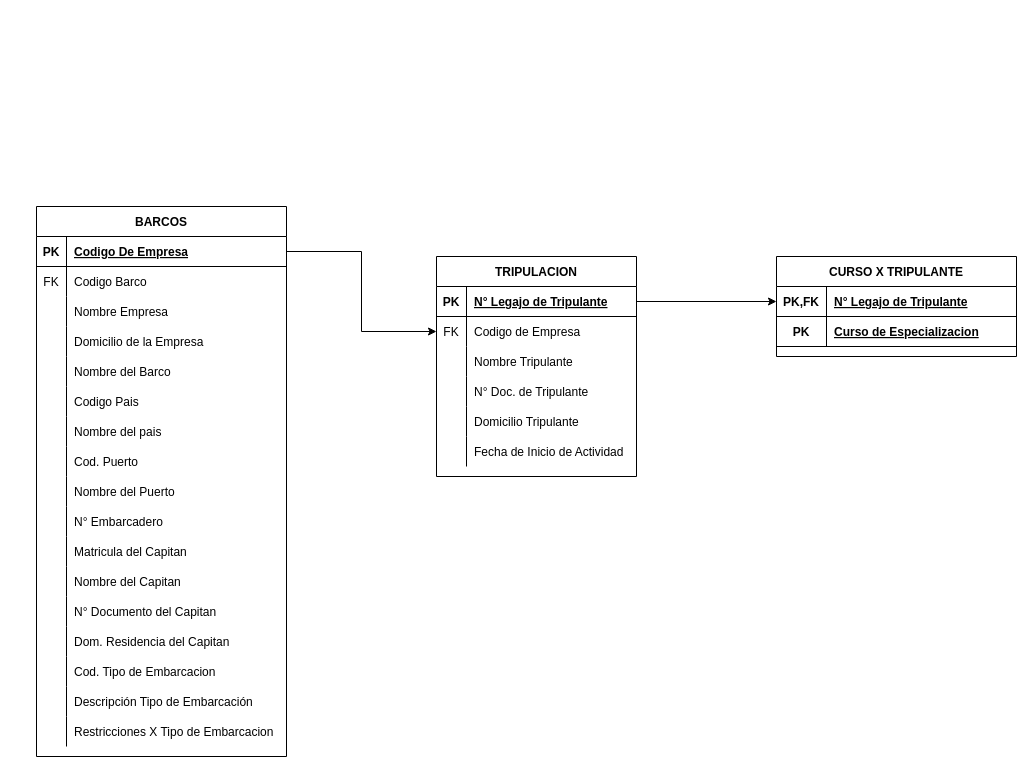
FedericoRocca/DyADDBB_1erCuatrimestre_2021 keeps this draw.io diagram as TPI_Barcos/1FN_Alonso.drawio. Above is the earlier version. Source tidied: cells renumbered, new cells numbered last; positions are measured from the earlier drawing's top-left corner, leaving out a move shared by most shapes. Both pictures are drawn from the tidied source at 100%, with x=0, y=0 at pixel (36, 206).
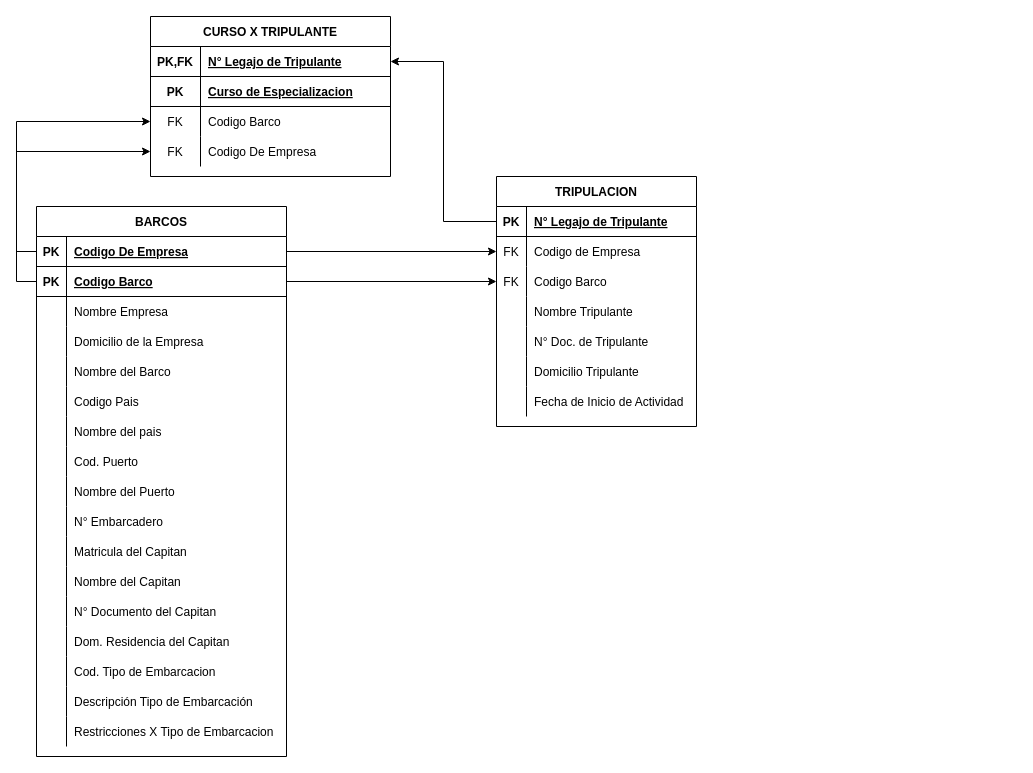
Above is the later version.

Commit message:
Cambio 1FN tabla Tripulacion y Curso x Tripulacion

Unchanged cells that the change refers to:
```xml
<mxCell id="2" value="BARCOS" style="shape=table;startSize=30;childLayout=tableLayout;rowLines=0;fontStyle=1;align=center;" parent="1" vertex="1">
  <mxGeometry width="250" height="550" as="geometry" />
</mxCell>
<mxCell id="3" style="shape=partialRectangle;fillColor=none;top=0;left=0;bottom=1;right=0;points=[[0,0.5],[1,0.5]];portConstraint=eastwest;" parent="2" vertex="1">
  <mxGeometry y="30" width="250" height="30" as="geometry" />
</mxCell>
<mxCell id="55" style="shape=partialRectangle;fillColor=none;top=0;left=0;bottom=1;right=0;points=[[0,0.5],[1,0.5]];portConstraint=eastwest;" parent="54" vertex="1">
  <mxGeometry y="30" width="200" height="30" as="geometry" />
</mxCell>
<mxCell id="74" style="shape=partialRectangle;fillColor=none;top=0;left=0;bottom=1;right=0;points=[[0,0.5],[1,0.5]];portConstraint=eastwest;" parent="73" vertex="1">
  <mxGeometry y="30" width="240" height="30" as="geometry" />
</mxCell>
```

The edit, as a diff of the source:
```diff
@@
-    <mxCell id="6" style="shape=partialRectangle;fillColor=none;top=0;left=0;bottom=0;right=0;" parent="2" vertex="1">
-      <mxGeometry y="60" width="250" height="30" as="geometry" />
-    </mxCell>
-    <mxCell id="7" value="FK" style="shape=partialRectangle;fillColor=none;top=0;left=0;bottom=0;right=0;fontStyle=0;overflow=hidden;" parent="6" vertex="1">
-      <mxGeometry width="30" height="30" as="geometry" />
-    </mxCell>
-    <mxCell id="8" value="Codigo Barco" style="shape=partialRectangle;fillColor=none;top=0;left=0;bottom=0;right=0;align=left;spacingLeft=6;fontStyle=0;overflow=hidden;" parent="6" vertex="1">
-      <mxGeometry x="30" width="220" height="30" as="geometry" />
-    </mxCell>
+    <mxCell id="82" style="shape=partialRectangle;fillColor=none;top=0;left=0;bottom=1;right=0;points=[[0,0.5],[1,0.5]];portConstraint=eastwest;" parent="2" vertex="1">
+      <mxGeometry y="60" width="250" height="30" as="geometry" />
+    </mxCell>
+    <mxCell id="83" value="PK" style="shape=partialRectangle;fillColor=none;top=0;left=0;bottom=0;right=0;fontStyle=1;overflow=hidden;" parent="82" vertex="1">
+      <mxGeometry width="30" height="30" as="geometry" />
+    </mxCell>
+    <mxCell id="84" value="Codigo Barco" style="shape=partialRectangle;fillColor=none;top=0;left=0;bottom=0;right=0;align=left;spacingLeft=6;fontStyle=5;overflow=hidden;" parent="82" vertex="1">
+      <mxGeometry x="30" width="220" height="30" as="geometry" />
+    </mxCell>
@@
     <mxCell id="54" value="TRIPULACION" style="shape=table;startSize=30;childLayout=tableLayout;rowLines=0;fontStyle=1;align=center;" parent="1" vertex="1">
-      <mxGeometry x="400" y="50" width="200" height="220" as="geometry" />
+      <mxGeometry x="460" y="-30" width="200" height="250" as="geometry" />
     </mxCell>
@@
+    <mxCell id="85" style="shape=partialRectangle;fillColor=none;top=0;left=0;bottom=0;right=0;points=[[0,0.5],[1,0.5]];portConstraint=eastwest;" parent="54" vertex="1">
+      <mxGeometry y="90" width="200" height="30" as="geometry" />
+    </mxCell>
+    <mxCell id="7" value="FK" style="shape=partialRectangle;fillColor=none;top=0;left=0;bottom=0;right=0;fontStyle=0;overflow=hidden;" parent="85" vertex="1">
+      <mxGeometry width="30" height="30" as="geometry" />
+    </mxCell>
+    <mxCell id="86" value="Codigo Barco" style="shape=partialRectangle;fillColor=none;top=0;left=0;bottom=0;right=0;align=left;spacingLeft=6;fontStyle=0;overflow=hidden;" parent="85" vertex="1">
+      <mxGeometry x="30" width="170" height="30" as="geometry" />
+    </mxCell>
     <mxCell id="61" style="shape=partialRectangle;fillColor=none;top=0;left=0;bottom=0;right=0;" parent="54" vertex="1">
-      <mxGeometry y="90" width="200" height="30" as="geometry" />
+      <mxGeometry y="120" width="200" height="30" as="geometry" />
     </mxCell>
@@
     <mxCell id="64" style="shape=partialRectangle;fillColor=none;top=0;left=0;bottom=0;right=0;" parent="54" vertex="1">
-      <mxGeometry y="120" width="200" height="30" as="geometry" />
+      <mxGeometry y="150" width="200" height="30" as="geometry" />
     </mxCell>
@@
     <mxCell id="67" style="shape=partialRectangle;fillColor=none;top=0;left=0;bottom=0;right=0;" parent="54" vertex="1">
-      <mxGeometry y="150" width="200" height="30" as="geometry" />
+      <mxGeometry y="180" width="200" height="30" as="geometry" />
     </mxCell>
@@
     <mxCell id="70" style="shape=partialRectangle;fillColor=none;top=0;left=0;bottom=0;right=0;" parent="54" vertex="1">
-      <mxGeometry y="180" width="200" height="30" as="geometry" />
+      <mxGeometry y="210" width="200" height="30" as="geometry" />
     </mxCell>
@@
     <mxCell id="73" value="CURSO X TRIPULANTE" style="shape=table;startSize=30;childLayout=tableLayout;rowLines=0;fontStyle=1;align=center;" parent="1" vertex="1">
-      <mxGeometry x="740" y="50" width="240" height="100" as="geometry" />
+      <mxGeometry x="114" y="-190" width="240" height="160" as="geometry" />
     </mxCell>
@@
+    <mxCell id="87" style="shape=partialRectangle;fillColor=none;top=0;left=0;bottom=0;right=0;points=[[0,0.5],[1,0.5]];portConstraint=eastwest;" parent="73" vertex="1">
+      <mxGeometry y="90" width="240" height="30" as="geometry" />
+    </mxCell>
+    <mxCell id="88" value="FK" style="shape=partialRectangle;fillColor=none;top=0;left=0;bottom=0;right=0;fontStyle=0;overflow=hidden;" parent="87" vertex="1">
+      <mxGeometry width="50" height="30" as="geometry" />
+    </mxCell>
+    <mxCell id="89" value="Codigo Barco" style="shape=partialRectangle;fillColor=none;top=0;left=0;bottom=0;right=0;align=left;spacingLeft=6;fontStyle=0;overflow=hidden;" parent="87" vertex="1">
+      <mxGeometry x="50" width="190" height="30" as="geometry" />
+    </mxCell>
+    <mxCell id="90" style="shape=partialRectangle;fillColor=none;top=0;left=0;bottom=0;right=0;points=[[0,0.5],[1,0.5]];portConstraint=eastwest;" parent="73" vertex="1">
+      <mxGeometry y="120" width="240" height="30" as="geometry" />
+    </mxCell>
+    <mxCell id="91" value="FK" style="shape=partialRectangle;fillColor=none;top=0;left=0;bottom=0;right=0;fontStyle=0;overflow=hidden;" parent="90" vertex="1">
+      <mxGeometry width="50" height="30" as="geometry" />
+    </mxCell>
+    <mxCell id="92" value="Codigo De Empresa" style="shape=partialRectangle;fillColor=none;top=0;left=0;bottom=0;right=0;align=left;spacingLeft=6;fontStyle=0;overflow=hidden;" parent="90" vertex="1">
+      <mxGeometry x="50" width="190" height="30" as="geometry" />
+    </mxCell>
@@
+    <mxCell id="93" style="edgeStyle=orthogonalEdgeStyle;rounded=0;jettySize=auto;html=1;entryX=0;entryY=0.5;entryDx=0;entryDy=0;" parent="1" edge="1" source="82" target="85">
+      <mxGeometry relative="1" as="geometry" />
+    </mxCell>
-    <mxCell id="81" style="edgeStyle=orthogonalEdgeStyle;rounded=0;jettySize=auto;html=1;exitX=1;exitY=0.5;exitDx=0;exitDy=0;" parent="1" edge="1" source="55" target="74">
+    <mxCell id="81" style="edgeStyle=orthogonalEdgeStyle;rounded=0;jettySize=auto;html=1;exitX=0;exitY=0.5;exitDx=0;exitDy=0;entryX=1;entryY=0.5;entryDx=0;entryDy=0;" parent="1" edge="1" source="55" target="74">
       <mxGeometry relative="1" as="geometry" />
     </mxCell>
+    <mxCell id="94" style="edgeStyle=orthogonalEdgeStyle;rounded=0;jettySize=auto;html=1;exitX=0;exitY=0.5;exitDx=0;exitDy=0;entryX=0;entryY=0.5;entryDx=0;entryDy=0;" parent="1" edge="1" source="3" target="90">
+      <mxGeometry relative="1" as="geometry" />
+    </mxCell>
+    <mxCell id="95" style="edgeStyle=orthogonalEdgeStyle;rounded=0;jettySize=auto;html=1;exitX=0;exitY=0.5;exitDx=0;exitDy=0;" parent="1" edge="1" source="82" target="87">
+      <mxGeometry relative="1" as="geometry" />
+    </mxCell>
```
